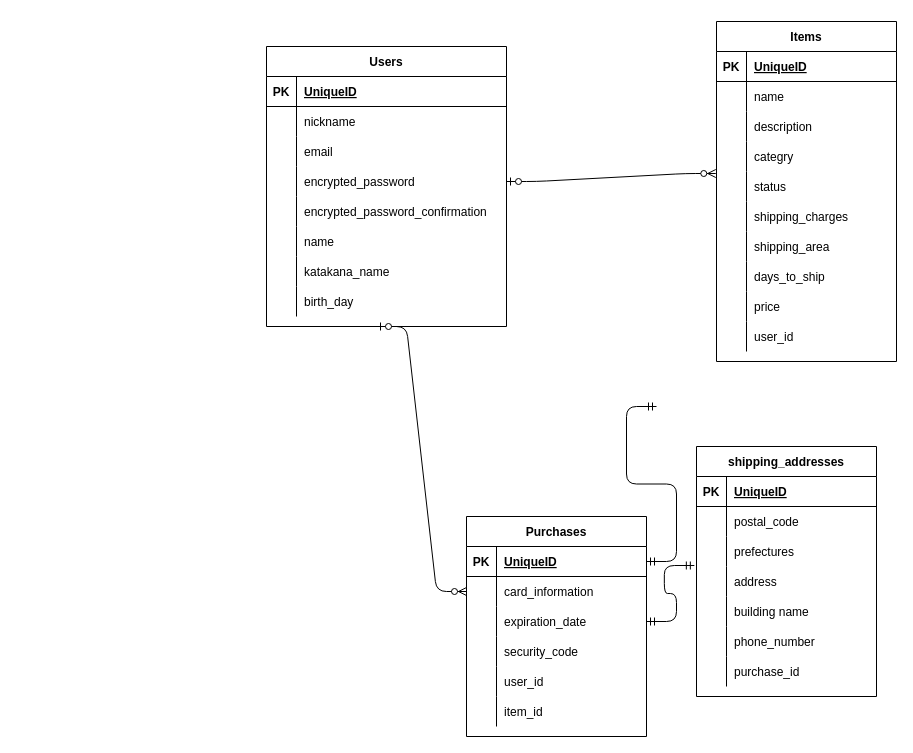
Above: furima.dio in kandanaoki/furima-35832 (draw.io), before the change. Source tidied: cells renumbered, new cells numbered last; positions are measured from the earlier drawing's top-left corner, leaving out a move shared by most shapes. Both pictures are drawn from the tidied source at 100%, with x=0, y=0 at pixel (266, 21).
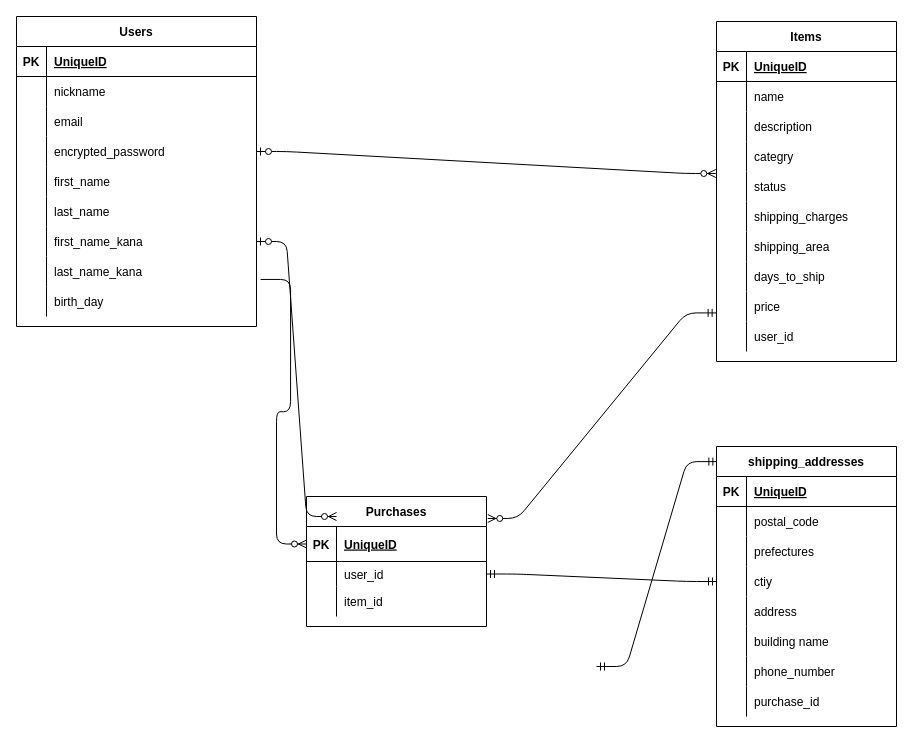
Above is the later version.

Commit message (it also covers changes not shown here):
データベース設計の修正①

Unchanged cells that the change refers to:
```xml
<mxCell id="22" style="shape=partialRectangle;fillColor=none;top=0;left=0;bottom=0;right=0;points=[[0,0.5],[1,0.5]];portConstraint=eastwest;" parent="3" vertex="1">
  <mxGeometry y="210" width="240" height="30" as="geometry" />
</mxCell>
<mxCell id="53" style="shape=partialRectangle;fillColor=none;top=0;left=0;bottom=0;right=0;points=[[0,0.5],[1,0.5]];portConstraint=eastwest;" parent="28" vertex="1">
  <mxGeometry y="270" width="180" height="30" as="geometry" />
</mxCell>
```

Diff of the diagram source:
```diff
@@
     <mxCell id="2" style="group;" parent="1" vertex="1">
-      <mxGeometry y="25" width="240" height="280" as="geometry" />
+      <mxGeometry x="-250" y="-5" width="240" height="280" as="geometry" />
     </mxCell>
     <mxCell id="3" value="Users" style="shape=table;startSize=30;childLayout=tableLayout;rowLines=0;fontStyle=1;align=center;" parent="2" vertex="1">
-      <mxGeometry width="240" height="280" as="geometry" />
+      <mxGeometry width="240" height="310" as="geometry" />
     </mxCell>
@@
-    <mxCell id="16" style="shape=partialRectangle;fillColor=none;top=0;left=0;bottom=0;right=0;" parent="3" vertex="1">
-      <mxGeometry y="150" width="240" height="30" as="geometry" />
-    </mxCell>
-    <mxCell id="17" style="shape=partialRectangle;fillColor=none;top=0;left=0;bottom=0;right=0;overflow=hidden;" parent="16" vertex="1">
-      <mxGeometry width="30" height="30" as="geometry" />
-    </mxCell>
-    <mxCell id="18" value="encrypted_password_confirmation" style="shape=partialRectangle;fillColor=none;top=0;left=0;bottom=0;right=0;align=left;spacingLeft=6;overflow=hidden;" parent="16" vertex="1">
-      <mxGeometry x="30" width="210" height="30" as="geometry" />
-    </mxCell>
     <mxCell id="19" style="shape=partialRectangle;fillColor=none;top=0;left=0;bottom=0;right=0;" parent="3" vertex="1">
-      <mxGeometry y="180" width="240" height="30" as="geometry" />
+      <mxGeometry y="150" width="240" height="30" as="geometry" />
     </mxCell>
@@
-    <mxCell id="21" value="name" style="shape=partialRectangle;fillColor=none;top=0;left=0;bottom=0;right=0;align=left;spacingLeft=6;overflow=hidden;" parent="19" vertex="1">
+    <mxCell id="21" value="first_name" style="shape=partialRectangle;fillColor=none;top=0;left=0;bottom=0;right=0;align=left;spacingLeft=6;overflow=hidden;" parent="19" vertex="1">
       <mxGeometry x="30" width="210" height="30" as="geometry" />
     </mxCell>
+    <mxCell id="104" style="shape=partialRectangle;fillColor=none;top=0;left=0;bottom=0;right=0;" parent="3" vertex="1">
+      <mxGeometry y="180" width="240" height="30" as="geometry" />
+    </mxCell>
+    <mxCell id="105" style="shape=partialRectangle;fillColor=none;top=0;left=0;bottom=0;right=0;overflow=hidden;" parent="104" vertex="1">
+      <mxGeometry width="30" height="30" as="geometry" />
+    </mxCell>
+    <mxCell id="106" value="last_name" style="shape=partialRectangle;fillColor=none;top=0;left=0;bottom=0;right=0;align=left;spacingLeft=6;overflow=hidden;" parent="104" vertex="1">
+      <mxGeometry x="30" width="210" height="30" as="geometry" />
+    </mxCell>
@@
-    <mxCell id="24" value="katakana_name" style="shape=partialRectangle;fillColor=none;top=0;left=0;bottom=0;right=0;align=left;spacingLeft=6;overflow=hidden;" parent="22" vertex="1">
+    <mxCell id="24" value="first_name_kana" style="shape=partialRectangle;fillColor=none;top=0;left=0;bottom=0;right=0;align=left;spacingLeft=6;overflow=hidden;" parent="22" vertex="1">
       <mxGeometry x="30" width="210" height="30" as="geometry" />
     </mxCell>
+    <mxCell id="107" style="shape=partialRectangle;fillColor=none;top=0;left=0;bottom=0;right=0;points=[[0,0.5],[1,0.5]];portConstraint=eastwest;" parent="3" vertex="1">
+      <mxGeometry y="240" width="240" height="30" as="geometry" />
+    </mxCell>
+    <mxCell id="108" style="shape=partialRectangle;fillColor=none;top=0;left=0;bottom=0;right=0;overflow=hidden;" parent="107" vertex="1">
+      <mxGeometry width="30" height="30" as="geometry" />
+    </mxCell>
+    <mxCell id="109" value="last_name_kana" style="shape=partialRectangle;fillColor=none;top=0;left=0;bottom=0;right=0;align=left;spacingLeft=6;overflow=hidden;" parent="107" vertex="1">
+      <mxGeometry x="30" width="210" height="30" as="geometry" />
+    </mxCell>
     <mxCell id="25" style="shape=partialRectangle;fillColor=none;top=0;left=0;bottom=0;right=0;" parent="3" vertex="1">
-      <mxGeometry y="240" width="240" height="30" as="geometry" />
+      <mxGeometry y="270" width="240" height="30" as="geometry" />
     </mxCell>
@@
     <mxCell id="59" value="Purchases" style="shape=table;startSize=30;childLayout=tableLayout;rowLines=0;fontStyle=1;align=center;" parent="1" vertex="1">
-      <mxGeometry x="200" y="495" width="180" height="220" as="geometry" />
+      <mxGeometry x="40" y="475" width="180" height="130" as="geometry" />
     </mxCell>
     <mxCell id="60" style="shape=partialRectangle;fillColor=none;top=0;left=0;bottom=1;right=0;points=[[0,0.5],[1,0.5]];portConstraint=eastwest;" parent="59" vertex="1">
-      <mxGeometry y="30" width="180" height="30" as="geometry" />
+      <mxGeometry y="30" width="180" height="35" as="geometry" />
     </mxCell>
     <mxCell id="61" value="PK" style="shape=partialRectangle;fillColor=none;top=0;left=0;bottom=0;right=0;fontStyle=1;overflow=hidden;" parent="60" vertex="1">
-      <mxGeometry width="30" height="30" as="geometry" />
+      <mxGeometry width="30" height="35" as="geometry" />
     </mxCell>
     <mxCell id="62" value="UniqueID" style="shape=partialRectangle;fillColor=none;top=0;left=0;bottom=0;right=0;align=left;spacingLeft=6;fontStyle=5;overflow=hidden;" parent="60" vertex="1">
-      <mxGeometry x="30" width="150" height="30" as="geometry" />
+      <mxGeometry x="30" width="150" height="35" as="geometry" />
     </mxCell>
-    <mxCell id="63" style="shape=partialRectangle;fillColor=none;top=0;left=0;bottom=0;right=0;points=[[0,0.5],[1,0.5]];portConstraint=eastwest;" parent="59" vertex="1">
-      <mxGeometry y="60" width="180" height="30" as="geometry" />
-    </mxCell>
-    <mxCell id="64" style="shape=partialRectangle;fillColor=none;top=0;left=0;bottom=0;right=0;overflow=hidden;" parent="63" vertex="1">
-      <mxGeometry width="30" height="30" as="geometry" />
-    </mxCell>
-    <mxCell id="65" value="card_information" style="shape=partialRectangle;fillColor=none;top=0;left=0;bottom=0;right=0;align=left;spacingLeft=6;overflow=hidden;" parent="63" vertex="1">
-      <mxGeometry x="30" width="150" height="30" as="geometry" />
-    </mxCell>
-    <mxCell id="66" style="shape=partialRectangle;fillColor=none;top=0;left=0;bottom=0;right=0;points=[[0,0.5],[1,0.5]];portConstraint=eastwest;" parent="59" vertex="1">
-      <mxGeometry y="90" width="180" height="30" as="geometry" />
-    </mxCell>
-    <mxCell id="67" style="shape=partialRectangle;fillColor=none;top=0;left=0;bottom=0;right=0;overflow=hidden;" parent="66" vertex="1">
-      <mxGeometry width="30" height="30" as="geometry" />
-    </mxCell>
-    <mxCell id="68" value="expiration_date" style="shape=partialRectangle;fillColor=none;top=0;left=0;bottom=0;right=0;align=left;spacingLeft=6;overflow=hidden;" parent="66" vertex="1">
-      <mxGeometry x="30" width="150" height="30" as="geometry" />
-    </mxCell>
-    <mxCell id="69" style="shape=partialRectangle;fillColor=none;top=0;left=0;bottom=0;right=0;points=[[0,0.5],[1,0.5]];portConstraint=eastwest;" parent="59" vertex="1">
-      <mxGeometry y="120" width="180" height="30" as="geometry" />
-    </mxCell>
-    <mxCell id="70" style="shape=partialRectangle;fillColor=none;top=0;left=0;bottom=0;right=0;overflow=hidden;" parent="69" vertex="1">
-      <mxGeometry width="30" height="30" as="geometry" />
-    </mxCell>
-    <mxCell id="71" value="security_code" style="shape=partialRectangle;fillColor=none;top=0;left=0;bottom=0;right=0;align=left;spacingLeft=6;overflow=hidden;" parent="69" vertex="1">
-      <mxGeometry x="30" width="150" height="30" as="geometry" />
-    </mxCell>
     <mxCell id="72" style="shape=partialRectangle;fillColor=none;top=0;left=0;bottom=0;right=0;points=[[0,0.5],[1,0.5]];portConstraint=eastwest;" parent="59" vertex="1">
-      <mxGeometry y="150" width="180" height="30" as="geometry" />
+      <mxGeometry y="65" width="180" height="25" as="geometry" />
     </mxCell>
     <mxCell id="73" style="shape=partialRectangle;fillColor=none;top=0;left=0;bottom=0;right=0;overflow=hidden;" parent="72" vertex="1">
-      <mxGeometry width="30" height="30" as="geometry" />
+      <mxGeometry width="30" height="25" as="geometry" />
     </mxCell>
     <mxCell id="74" value="user_id" style="shape=partialRectangle;fillColor=none;top=0;left=0;bottom=0;right=0;align=left;spacingLeft=6;overflow=hidden;" parent="72" vertex="1">
-      <mxGeometry x="30" width="150" height="30" as="geometry" />
+      <mxGeometry x="30" width="150" height="25" as="geometry" />
     </mxCell>
     <mxCell id="75" style="shape=partialRectangle;fillColor=none;top=0;left=0;bottom=0;right=0;" parent="59" vertex="1">
-      <mxGeometry y="180" width="180" height="30" as="geometry" />
+      <mxGeometry y="90" width="180" height="30" as="geometry" />
     </mxCell>
@@
-    <mxCell id="79" style="edgeStyle=entityRelationEdgeStyle;fontSize=12;html=1;endArrow=ERzeroToMany;startArrow=ERzeroToOne;entryX=0;entryY=0.5;entryDx=0;entryDy=0;" parent="1" edge="1" target="63">
+    <mxCell id="79" style="edgeStyle=entityRelationEdgeStyle;fontSize=12;html=1;endArrow=ERzeroToMany;startArrow=ERzeroToOne;entryX=0;entryY=0.5;entryDx=0;entryDy=0;exitX=1;exitY=0.5;exitDx=0;exitDy=0;" parent="1" edge="1" source="22">
       <mxGeometry relative="1" as="geometry">
-        <mxPoint x="110" y="305" as="sourcePoint" />
+        <mxPoint x="70" y="495" as="targetPoint" />
       </mxGeometry>
     </mxCell>
     <mxCell id="80" value="shipping_addresses" style="shape=table;startSize=30;childLayout=tableLayout;rowLines=0;fontStyle=1;align=center;" parent="1" vertex="1">
-      <mxGeometry x="430" y="425" width="180" height="250" as="geometry" />
+      <mxGeometry x="450" y="425" width="180" height="280" as="geometry" />
     </mxCell>
@@
+    <mxCell id="69" style="shape=partialRectangle;fillColor=none;top=0;left=0;bottom=0;right=0;points=[[0,0.5],[1,0.5]];portConstraint=eastwest;" parent="80" vertex="1">
+      <mxGeometry y="120" width="180" height="30" as="geometry" />
+    </mxCell>
+    <mxCell id="110" style="shape=partialRectangle;fillColor=none;top=0;left=0;bottom=0;right=0;overflow=hidden;" parent="69" vertex="1">
+      <mxGeometry width="30" height="30" as="geometry" />
+    </mxCell>
+    <mxCell id="111" value="ctiy" style="shape=partialRectangle;fillColor=none;top=0;left=0;bottom=0;right=0;align=left;spacingLeft=6;overflow=hidden;" parent="69" vertex="1">
+      <mxGeometry x="30" width="150" height="30" as="geometry" />
+    </mxCell>
     <mxCell id="90" style="shape=partialRectangle;fillColor=none;top=0;left=0;bottom=0;right=0;points=[[0,0.5],[1,0.5]];portConstraint=eastwest;" parent="80" vertex="1">
-      <mxGeometry y="120" width="180" height="30" as="geometry" />
+      <mxGeometry y="150" width="180" height="30" as="geometry" />
     </mxCell>
@@
     <mxCell id="93" style="shape=partialRectangle;fillColor=none;top=0;left=0;bottom=0;right=0;" parent="80" vertex="1">
-      <mxGeometry y="150" width="180" height="30" as="geometry" />
+      <mxGeometry y="180" width="180" height="30" as="geometry" />
     </mxCell>
@@
     <mxCell id="96" style="shape=partialRectangle;fillColor=none;top=0;left=0;bottom=0;right=0;" parent="80" vertex="1">
-      <mxGeometry y="180" width="180" height="30" as="geometry" />
+      <mxGeometry y="210" width="180" height="30" as="geometry" />
     </mxCell>
@@
     <mxCell id="99" style="shape=partialRectangle;fillColor=none;top=0;left=0;bottom=0;right=0;" parent="80" vertex="1">
-      <mxGeometry y="210" width="180" height="30" as="geometry" />
+      <mxGeometry y="240" width="180" height="30" as="geometry" />
     </mxCell>
@@
-    <mxCell id="102" style="edgeStyle=entityRelationEdgeStyle;fontSize=12;html=1;endArrow=ERmandOne;startArrow=ERmandOne;exitX=1;exitY=0.5;exitDx=0;exitDy=0;entryX=-0.012;entryY=-0.033;entryDx=0;entryDy=0;entryPerimeter=0;" parent="1" edge="1" source="66" target="90">
-      <mxGeometry relative="1" as="geometry" />
+    <mxCell id="102" style="edgeStyle=entityRelationEdgeStyle;fontSize=12;html=1;endArrow=ERmandOne;startArrow=ERmandOne;exitX=1;exitY=0.5;exitDx=0;exitDy=0;entryX=0.002;entryY=0.054;entryDx=0;entryDy=0;entryPerimeter=0;" parent="1" edge="1" target="80">
+      <mxGeometry relative="1" as="geometry">
+        <mxPoint x="330" y="645" as="sourcePoint" />
+      </mxGeometry>
     </mxCell>
-    <mxCell id="103" style="edgeStyle=entityRelationEdgeStyle;fontSize=12;html=1;endArrow=ERmandOne;startArrow=ERmandOne;entryX=0;entryY=0.5;entryDx=0;entryDy=0;exitX=1;exitY=0.5;exitDx=0;exitDy=0;" parent="1" edge="1" source="60">
-      <mxGeometry relative="1" as="geometry">
-        <mxPoint x="390" y="385" as="targetPoint" />
-      </mxGeometry>
-    </mxCell>
+    <mxCell id="112" style="edgeStyle=entityRelationEdgeStyle;fontSize=12;html=1;endArrow=ERzeroToMany;endFill=1;exitX=1.017;exitY=0.765;exitDx=0;exitDy=0;exitPerimeter=0;entryX=0;entryY=0.5;entryDx=0;entryDy=0;" parent="1" edge="1" source="107" target="60">
+      <mxGeometry relative="1" as="geometry" />
+    </mxCell>
+    <mxCell id="113" style="edgeStyle=entityRelationEdgeStyle;fontSize=12;html=1;endArrow=ERmandOne;startArrow=ERmandOne;entryX=0;entryY=0.5;entryDx=0;entryDy=0;" parent="1" edge="1" source="72" target="69">
+      <mxGeometry relative="1" as="geometry" />
+    </mxCell>
+    <mxCell id="114" style="edgeStyle=entityRelationEdgeStyle;fontSize=12;html=1;endArrow=ERzeroToMany;startArrow=ERmandOne;entryX=1.007;entryY=0.169;entryDx=0;entryDy=0;entryPerimeter=0;exitX=-0.002;exitY=0.714;exitDx=0;exitDy=0;exitPerimeter=0;" parent="1" edge="1" source="53" target="59">
+      <mxGeometry relative="1" as="geometry" />
+    </mxCell>
```
